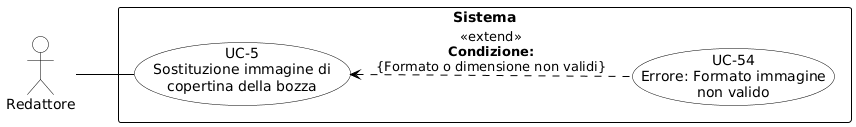
This is RTB/Analisi dei Requisiti/diagrammi_use_case/UC-5.png from aLittleByte-19/Documentazione, a PlantUML export, as it was before one commit.
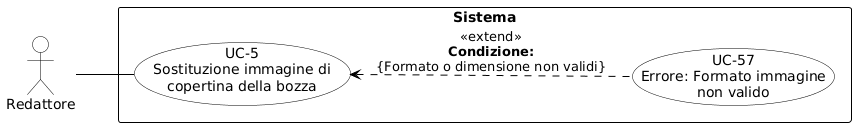
The same file after the commit.

Diff of the diagram source:
```diff
@@ -1,10 +1,9 @@
 @startuml
 skinparam shadowing false
 skinparam defaultFontName Arial
-
 left to right direction
+skinparam nodesep 15
 skinparam ranksep 50
-skinparam nodesep 15
 
 skinparam usecase {
     BackgroundColor white
@@ -20,14 +19,14 @@
     FontStyle bold
 }
 
-actor "Redattore" as R
+actor "Redattore" as redattore
 
 rectangle "Sistema" {
     usecase "UC-5\nSostituzione immagine di\ncopertina della bozza" as UC5
-    usecase "UC-54\nErrore: Formato immagine\nnon valido" as UC54
+    usecase "UC-57\nErrore: Formato immagine\nnon valido" as UC57
 
-    UC5 <.. UC54 : <<extend>>\n**Condizione:**\n{Formato o dimensione non validi}
+    UC57 .up.> UC5 : «extend»\n<b>Condizione:</b>\n{Formato o dimensione non validi}
 }
 
-R -- UC5
+redattore -- UC5
 @enduml
```
